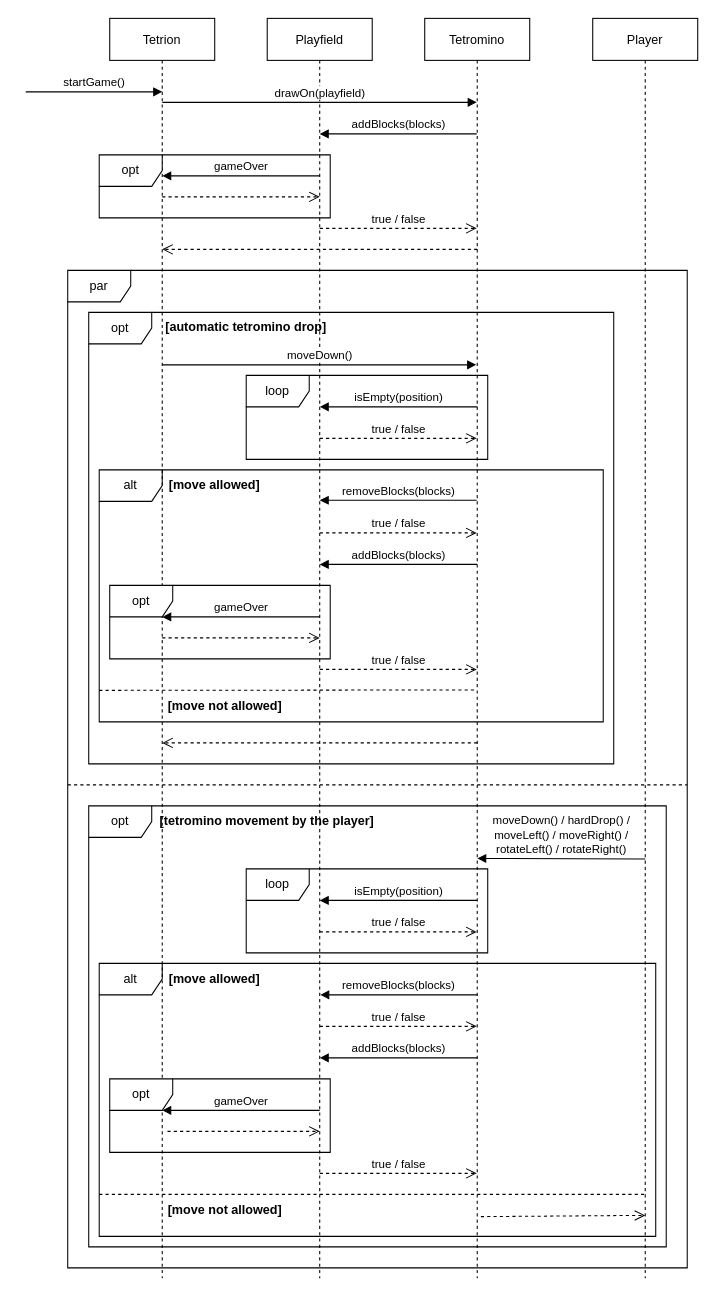
The draw.io diagram design/subsystem-interactions.drawio in attila-ks/tetris, before the edit. Source tidied: cells renumbered, new cells numbered last; positions are measured from the earlier drawing's top-left corner, leaving out a move shared by most shapes. Both pictures are drawn from the tidied source at 105%, with x=0, y=0 at pixel (25, 18).
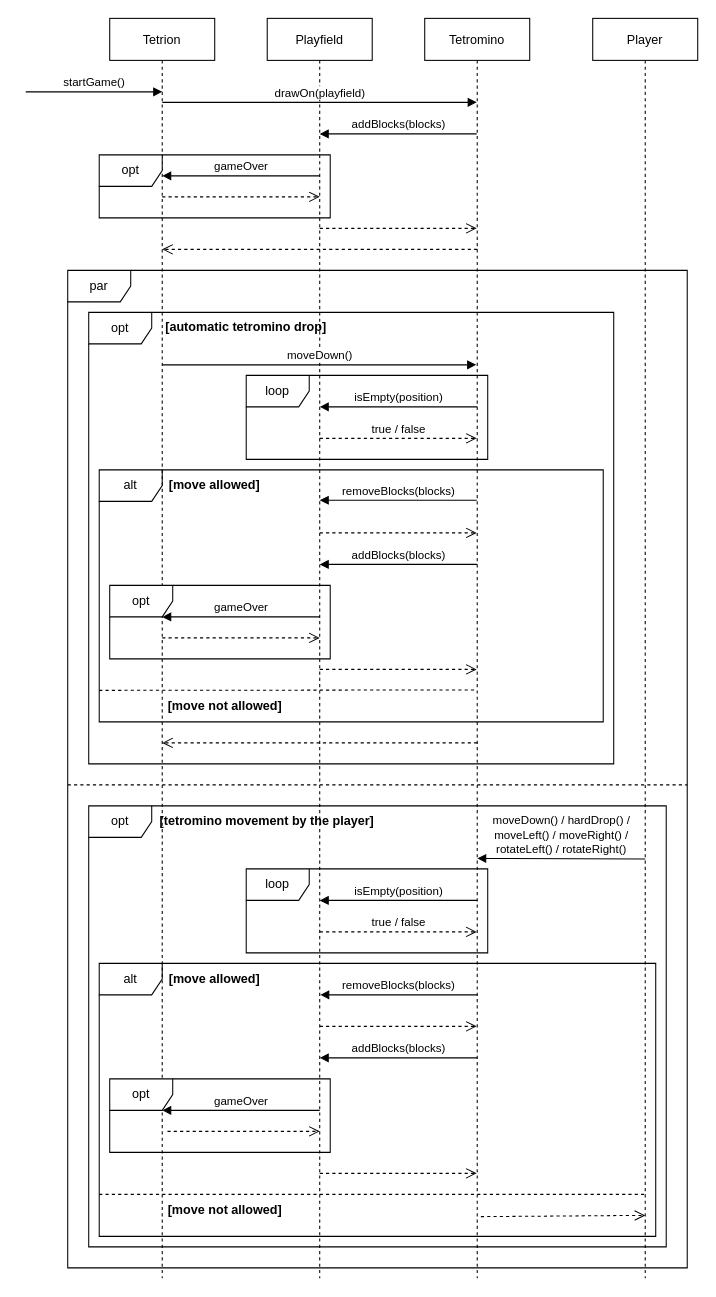
The same page after the edit.

The change refers to these unchanged cells:
```xml
<mxCell id="9" value="Playfield" style="shape=umlLifeline;perimeter=lifelinePerimeter;rounded=0;shadow=0;strokeWidth=1;" parent="1" vertex="1">
  <mxGeometry x="230" width="100" height="1200" as="geometry" />
</mxCell>
<mxCell id="17" value="Tetromino" style="shape=umlLifeline;perimeter=lifelinePerimeter;rounded=0;shadow=0;strokeWidth=1;" parent="1" vertex="1">
  <mxGeometry x="380" width="100" height="1200" as="geometry" />
</mxCell>
```

The edit, as a diff of the source:
```diff
@@
-    <mxCell id="11" value="true / false" style="html=1;verticalAlign=bottom;endArrow=open;dashed=1;endSize=8;rounded=0;" parent="9" edge="1">
+    <mxCell id="11" style="html=1;verticalAlign=bottom;endArrow=open;dashed=1;endSize=8;rounded=0;" parent="9" edge="1">
       <mxGeometry relative="1" as="geometry">
         <mxPoint x="50" y="1100" as="sourcePoint" />
         <mxPoint x="199.5" y="1100" as="targetPoint" />
       </mxGeometry>
     </mxCell>
@@
-    <mxCell id="18" value="true / false" style="html=1;verticalAlign=bottom;endArrow=open;dashed=1;endSize=8;rounded=0;exitX=0.5;exitY=0.345;exitDx=0;exitDy=0;exitPerimeter=0;" parent="17" edge="1">
+    <mxCell id="18" style="html=1;verticalAlign=bottom;endArrow=open;dashed=1;endSize=8;rounded=0;exitX=0.5;exitY=0.345;exitDx=0;exitDy=0;exitPerimeter=0;" parent="17" edge="1">
       <mxGeometry relative="1" as="geometry">
         <mxPoint x="-100" y="200" as="sourcePoint" />
         <mxPoint x="49.5" y="200" as="targetPoint" />
       </mxGeometry>
     </mxCell>
@@
-    <mxCell id="28" value="true / false" style="html=1;verticalAlign=bottom;endArrow=open;dashed=1;endSize=8;rounded=0;" parent="1" edge="1">
+    <mxCell id="28" style="html=1;verticalAlign=bottom;endArrow=open;dashed=1;endSize=8;rounded=0;" parent="1" edge="1">
       <mxGeometry relative="1" as="geometry">
         <mxPoint x="280" y="490" as="sourcePoint" />
         <mxPoint x="429.5" y="490" as="targetPoint" />
       </mxGeometry>
     </mxCell>
@@
-    <mxCell id="33" value="true / false" style="html=1;verticalAlign=bottom;endArrow=open;dashed=1;endSize=8;rounded=0;" parent="1" edge="1">
+    <mxCell id="33" style="html=1;verticalAlign=bottom;endArrow=open;dashed=1;endSize=8;rounded=0;" parent="1" edge="1">
       <mxGeometry relative="1" as="geometry">
         <mxPoint x="280" y="620" as="sourcePoint" />
         <mxPoint x="429.5" y="620" as="targetPoint" />
       </mxGeometry>
     </mxCell>
@@
-    <mxCell id="50" value="true / false" style="html=1;verticalAlign=bottom;endArrow=open;dashed=1;endSize=8;rounded=0;" parent="1" edge="1">
+    <mxCell id="50" style="html=1;verticalAlign=bottom;endArrow=open;dashed=1;endSize=8;rounded=0;" parent="1" edge="1">
       <mxGeometry relative="1" as="geometry">
         <mxPoint x="280" y="960" as="sourcePoint" />
         <mxPoint x="429.5" y="960" as="targetPoint" />
       </mxGeometry>
     </mxCell>
```
